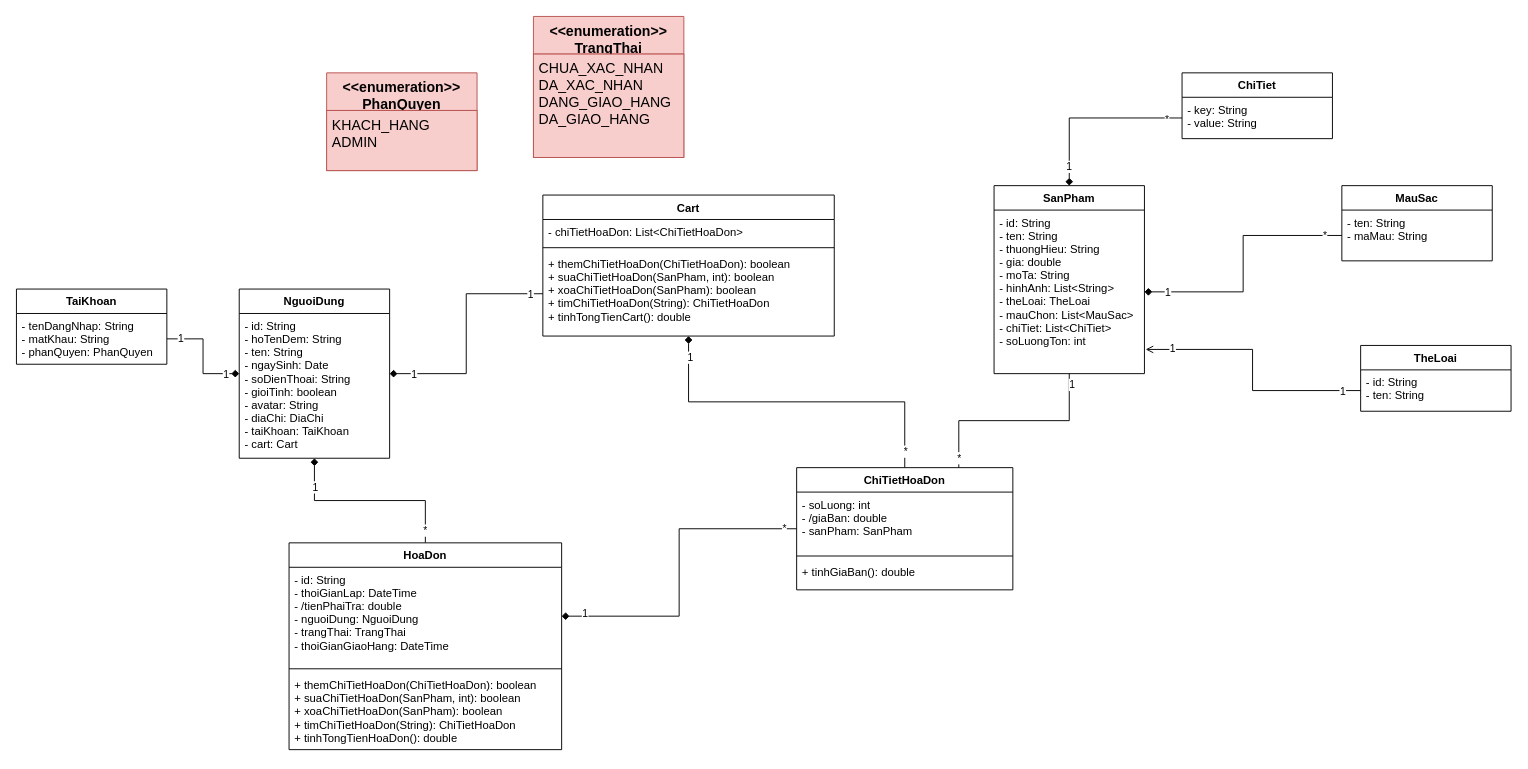
The draw.io diagram Untitled Diagram.drawio in duchoan6814/Truong-Duc-Hoan, before the edit. Source tidied: cells renumbered, new cells numbered last; positions are measured from the earlier drawing's top-left corner, leaving out a move shared by most shapes. Both pictures are drawn from the tidied source at 94%, with x=0, y=0 at pixel (16, 16).
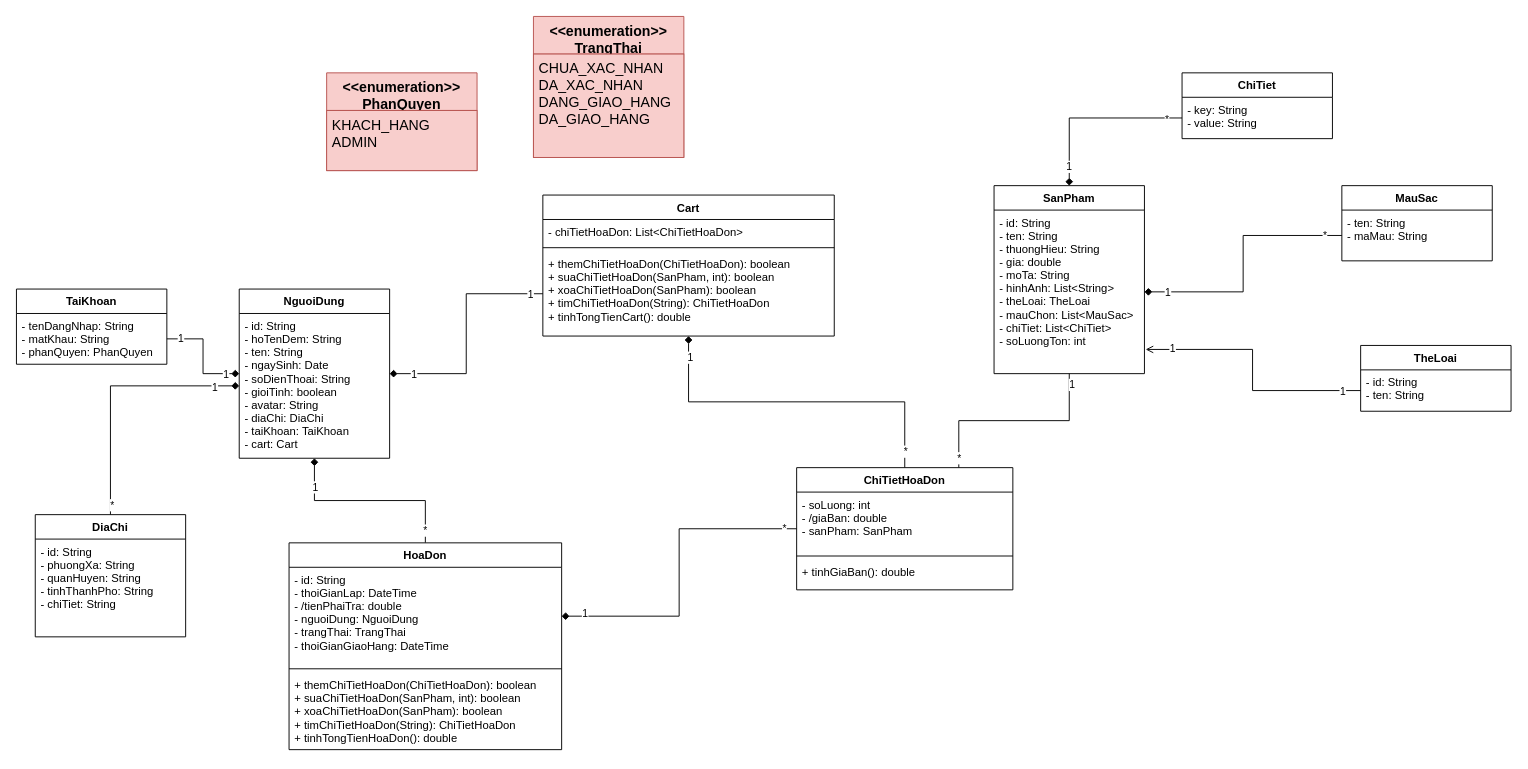
The same page after the edit.

Unchanged cells that the change refers to:
```xml
<mxCell id="20" value="- id: String&#10;- hoTenDem: String&#10;- ten: String&#10;- ngaySinh: Date&#10;- soDienThoai: String&#10;- gioiTinh: boolean&#10;- avatar: String&#10;- diaChi: DiaChi&#10;- taiKhoan: TaiKhoan&#10;- cart: Cart" style="text;strokeColor=none;fillColor=none;align=left;verticalAlign=top;spacingLeft=4;spacingRight=4;overflow=hidden;points=[[0,0.5],[1,0.5]];portConstraint=eastwest;" parent="19" vertex="1">
  <mxGeometry y="26" width="160" height="154" as="geometry" />
</mxCell>
```

Change to the diagram source:
```diff
@@
+    <mxCell id="57" style="edgeStyle=orthogonalEdgeStyle;rounded=0;jettySize=auto;html=1;exitX=0.5;exitY=0;exitDx=0;exitDy=0;endArrow=diamond;endFill=1;" parent="1" edge="1" source="60" target="20">
+      <mxGeometry relative="1" as="geometry" />
+    </mxCell>
+    <mxCell id="58" value="1" style="edgeLabel;html=1;align=center;verticalAlign=middle;" parent="57" vertex="1">
+      <mxGeometry x="0.8" y="-1" relative="1" as="geometry" />
+    </mxCell>
+    <mxCell id="59" value="*" style="edgeLabel;html=1;align=center;verticalAlign=middle;" parent="57" vertex="1">
+      <mxGeometry x="-0.92" y="-1" relative="1" as="geometry" />
+    </mxCell>
+    <mxCell id="60" value="DiaChi" style="swimlane;fontStyle=1;align=center;verticalAlign=top;horizontal=1;startSize=26;" parent="1" vertex="1">
+      <mxGeometry x="20" y="530" width="160" height="130" as="geometry" />
+    </mxCell>
+    <mxCell id="61" value="- id: String&#10;- phuongXa: String&#10;- quanHuyen: String&#10;- tinhThanhPho: String&#10;- chiTiet: String" style="text;strokeColor=none;fillColor=none;align=left;verticalAlign=top;spacingLeft=4;spacingRight=4;overflow=hidden;" parent="60" vertex="1">
+      <mxGeometry y="26" width="160" height="104" as="geometry" />
+    </mxCell>
```
